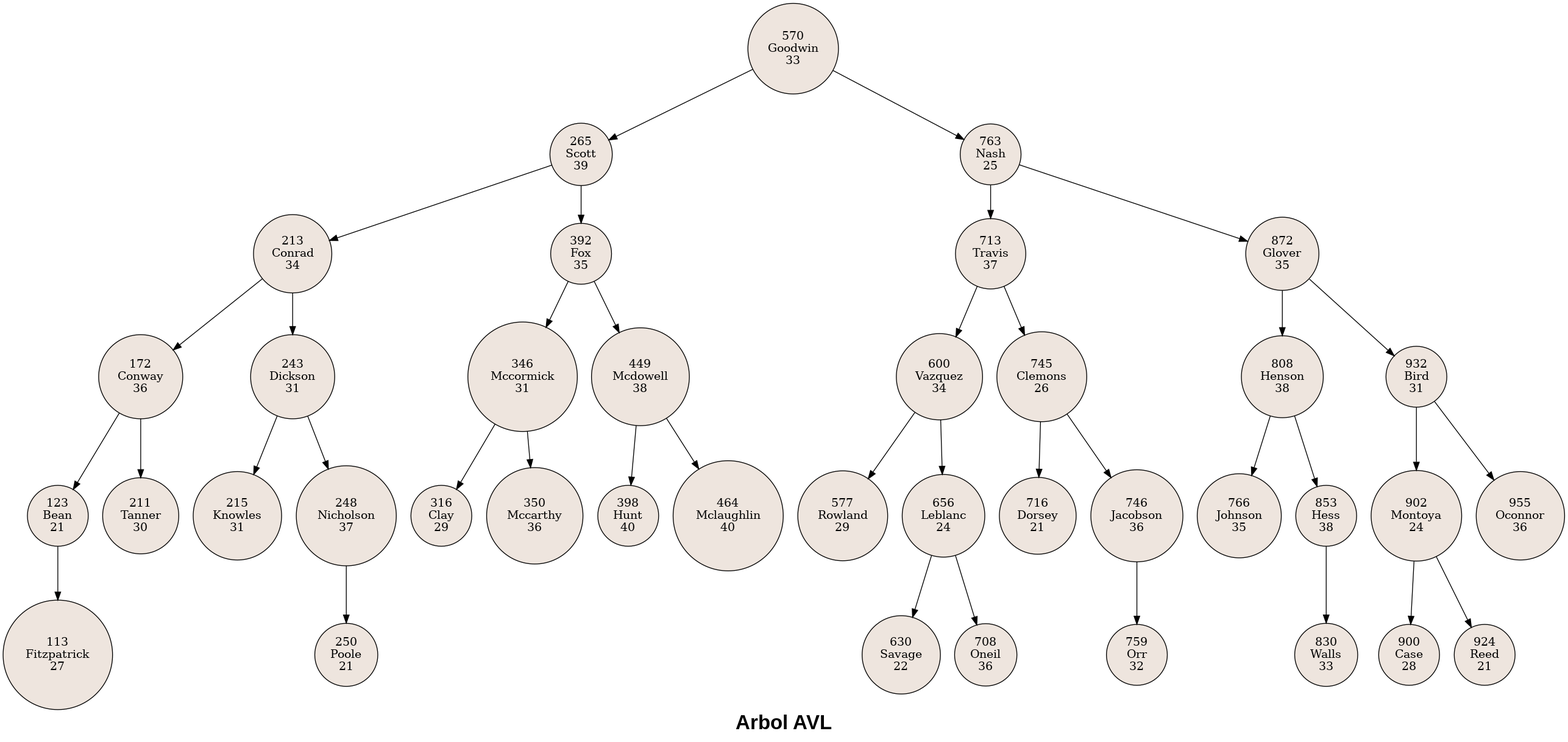
Earlier version of the Graphviz export archivos/AVL.png (Ijosuer/EDD_2S_BatallaNaval_202000895). Its source is kept beside it as archivos/AVL.dot. Source of this version:
```dot
digraph G{label = "Arbol AVL" fontname="Arial Black" fontsize="25pt";
node [shape = circle, style=filled, fillcolor=seashell2];
nodo3[ label = "570
Goodwin
33"];
nodo19[ label = "265
Scott
39"];
nodo13[ label = "213
Conrad
34"];
nodo22[ label = "172
Conway
36"];
nodo12[ label = "123
Bean
21"];
nodo36[ label = "113
Fitzpatrick
27"];
nodo12:C0->nodo36
nodo22:C0->nodo12
nodo1[ label = "211
Tanner
30"];
nodo22:C1->nodo1
nodo13:C0->nodo22
nodo20[ label = "243
Dickson
31"];
nodo24[ label = "215
Knowles
31"];
nodo20:C0->nodo24
nodo26[ label = "248
Nicholson
37"];
nodo27[ label = "250
Poole
21"];
nodo26:C1->nodo27
nodo20:C1->nodo26
nodo13:C1->nodo20
nodo19:C0->nodo13
nodo4[ label = "392
Fox
35"];
nodo17[ label = "346
Mccormick
31"];
nodo23[ label = "316
Clay
29"];
nodo17:C0->nodo23
nodo37[ label = "350
Mccarthy
36"];
nodo17:C1->nodo37
nodo4:C0->nodo17
nodo11[ label = "449
Mcdowell
38"];
nodo29[ label = "398
Hunt
40"];
nodo11:C0->nodo29
nodo9[ label = "464
Mclaughlin
40"];
nodo11:C1->nodo9
nodo4:C1->nodo11
nodo19:C1->nodo4
nodo3:C0->nodo19
nodo28[ label = "763
Nash
25"];
nodo15[ label = "713
Travis
37"];
nodo14[ label = "600
Vazquez
34"];
nodo21[ label = "577
Rowland
29"];
nodo14:C0->nodo21
nodo18[ label = "656
Leblanc
24"];
nodo25[ label = "630
Savage
22"];
nodo18:C0->nodo25
nodo34[ label = "708
Oneil
36"];
nodo18:C1->nodo34
nodo14:C1->nodo18
nodo15:C0->nodo14
nodo2[ label = "745
Clemons
26"];
nodo6[ label = "716
Dorsey
21"];
nodo2:C0->nodo6
nodo7[ label = "746
Jacobson
36"];
nodo38[ label = "759
Orr
32"];
nodo7:C1->nodo38
nodo2:C1->nodo7
nodo15:C1->nodo2
nodo28:C0->nodo15
nodo8[ label = "872
Glover
35"];
nodo32[ label = "808
Henson
38"];
nodo33[ label = "766
Johnson
35"];
nodo32:C0->nodo33
nodo30[ label = "853
Hess
38"];
nodo39[ label = "830
Walls
33"];
nodo30:C0->nodo39
nodo32:C1->nodo30
nodo8:C0->nodo32
nodo10[ label = "932
Bird
31"];
nodo5[ label = "902
Montoya
24"];
nodo31[ label = "900
Case
28"];
nodo5:C0->nodo31
nodo35[ label = "924
Reed
21"];
nodo5:C1->nodo35
nodo10:C0->nodo5
nodo16[ label = "955
Oconnor
36"];
nodo10:C1->nodo16
nodo8:C1->nodo10
nodo28:C1->nodo8
nodo3:C1->nodo28

}
```
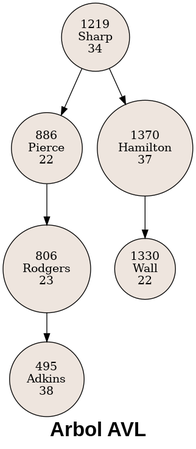
After the commit.

The edit, as a diff of the source:
```diff
@@ -1,159 +1,27 @@
 digraph G{label = "Arbol AVL" fontname="Arial Black" fontsize="25pt";
 node [shape = circle, style=filled, fillcolor=seashell2];
-nodo3[ label = "570
-Goodwin
-33"];
-nodo19[ label = "265
-Scott
-39"];
-nodo13[ label = "213
-Conrad
+nodo1219[ label = "1219
+Sharp
 34"];
-nodo22[ label = "172
-Conway
-36"];
-nodo12[ label = "123
-Bean
-21"];
-nodo36[ label = "113
-Fitzpatrick
-27"];
-nodo12:C0->nodo36
-nodo22:C0->nodo12
-nodo1[ label = "211
-Tanner
-30"];
-nodo22:C1->nodo1
-nodo13:C0->nodo22
-nodo20[ label = "243
-Dickson
-31"];
-nodo24[ label = "215
-Knowles
-31"];
-nodo20:C0->nodo24
-nodo26[ label = "248
-Nicholson
+nodo886[ label = "886
+Pierce
+22"];
+nodo806[ label = "806
+Rodgers
+23"];
+nodo495[ label = "495
+Adkins
+38"];
+nodo806:C0->nodo495
+nodo886:C0->nodo806
+nodo1219:C0->nodo886
+nodo1370[ label = "1370
+Hamilton
 37"];
-nodo27[ label = "250
-Poole
-21"];
-nodo26:C1->nodo27
-nodo20:C1->nodo26
-nodo13:C1->nodo20
-nodo19:C0->nodo13
-nodo4[ label = "392
-Fox
-35"];
-nodo17[ label = "346
-Mccormick
-31"];
-nodo23[ label = "316
-Clay
-29"];
-nodo17:C0->nodo23
-nodo37[ label = "350
-Mccarthy
-36"];
-nodo17:C1->nodo37
-nodo4:C0->nodo17
-nodo11[ label = "449
-Mcdowell
-38"];
-nodo29[ label = "398
-Hunt
-40"];
-nodo11:C0->nodo29
-nodo9[ label = "464
-Mclaughlin
-40"];
-nodo11:C1->nodo9
-nodo4:C1->nodo11
-nodo19:C1->nodo4
-nodo3:C0->nodo19
-nodo28[ label = "763
-Nash
-25"];
-nodo15[ label = "713
-Travis
-37"];
-nodo14[ label = "600
-Vazquez
-34"];
-nodo21[ label = "577
-Rowland
-29"];
-nodo14:C0->nodo21
-nodo18[ label = "656
-Leblanc
-24"];
-nodo25[ label = "630
-Savage
+nodo1330[ label = "1330
+Wall
 22"];
-nodo18:C0->nodo25
-nodo34[ label = "708
-Oneil
-36"];
-nodo18:C1->nodo34
-nodo14:C1->nodo18
-nodo15:C0->nodo14
-nodo2[ label = "745
-Clemons
-26"];
-nodo6[ label = "716
-Dorsey
-21"];
-nodo2:C0->nodo6
-nodo7[ label = "746
-Jacobson
-36"];
-nodo38[ label = "759
-Orr
-32"];
-nodo7:C1->nodo38
-nodo2:C1->nodo7
-nodo15:C1->nodo2
-nodo28:C0->nodo15
-nodo8[ label = "872
-Glover
-35"];
-nodo32[ label = "808
-Henson
-38"];
-nodo33[ label = "766
-Johnson
-35"];
-nodo32:C0->nodo33
-nodo30[ label = "853
-Hess
-38"];
-nodo39[ label = "830
-Walls
-33"];
-nodo30:C0->nodo39
-nodo32:C1->nodo30
-nodo8:C0->nodo32
-nodo10[ label = "932
-Bird
-31"];
-nodo5[ label = "902
-Montoya
-24"];
-nodo31[ label = "900
-Case
-28"];
-nodo5:C0->nodo31
-nodo35[ label = "924
-Reed
-21"];
-nodo5:C1->nodo35
-nodo10:C0->nodo5
-nodo16[ label = "955
-Oconnor
-36"];
-nodo10:C1->nodo16
-nodo8:C1->nodo10
-nodo28:C1->nodo8
-nodo3:C1->nodo28
+nodo1370:C0->nodo1330
+nodo1219:C1->nodo1370
 
 }
```
